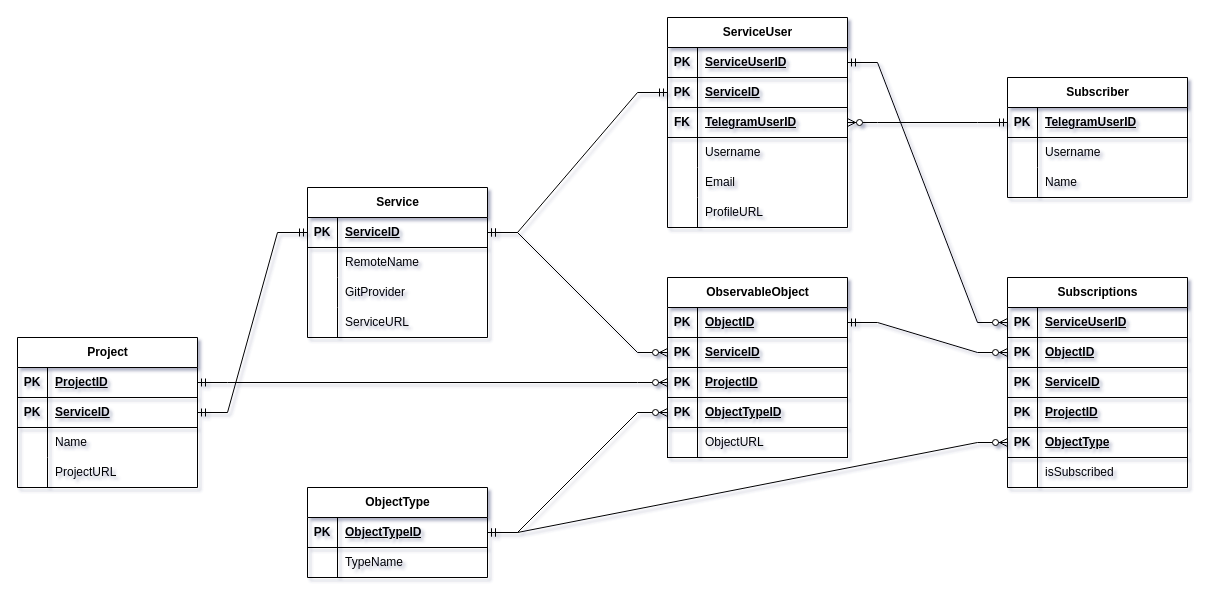
mosoveru/blamebot keeps this draw.io diagram as artifacts/ER-diagram.drawio. Above is the earlier version. Source tidied: cells renumbered, new cells numbered last; positions are measured from the earlier drawing's top-left corner, leaving out a move shared by most shapes. Both pictures are drawn from the tidied source at 100%, with x=0, y=0 at pixel (17, 17).
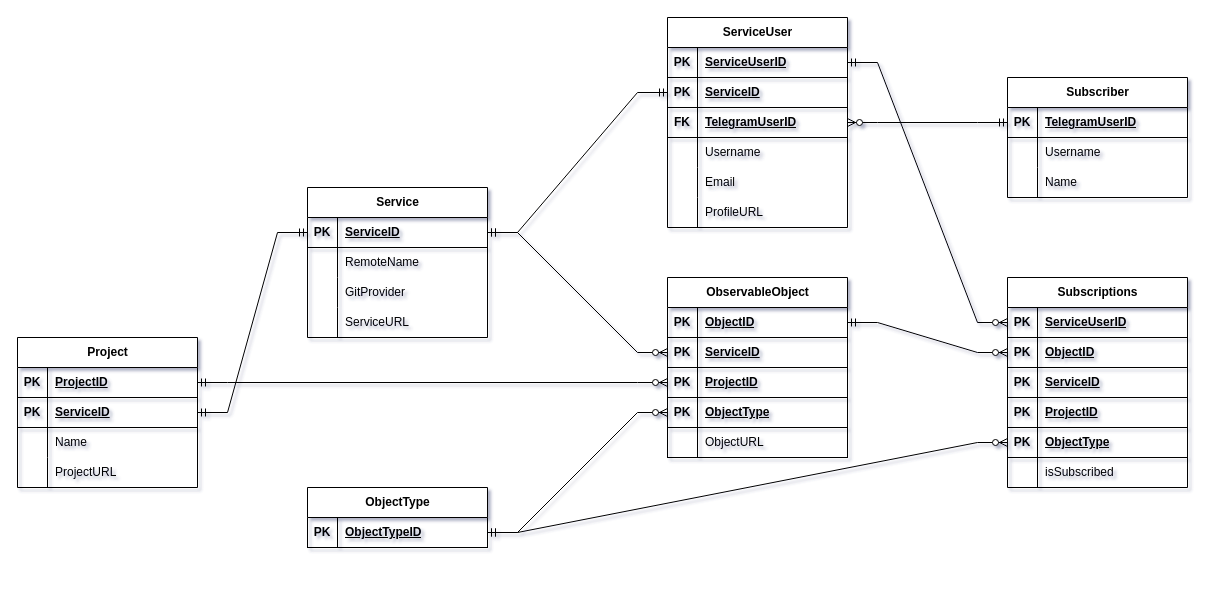
The same page after the edit.

Commit message (it also covers changes not shown here):
chore: update ER diagram and db migration

Unchanged cells that the change refers to:
```xml
<mxCell id="35" style="shape=tableRow;horizontal=0;startSize=0;swimlaneHead=0;swimlaneBody=0;fillColor=none;points=[[0,0.5],[1,0.5]];portConstraint=eastwest;top=0;left=0;right=0;bottom=1;" parent="25" vertex="1">
  <mxGeometry y="120" width="180" height="30" as="geometry" />
</mxCell>
```

The edit, as a diff of the source:
```diff
@@
-    <mxCell id="37" value="ObjectTypeID" style="shape=partialRectangle;fillColor=none;top=0;left=0;bottom=0;right=0;align=left;spacingLeft=6;fontStyle=5;overflow=hidden;whiteSpace=wrap;html=1;" parent="35" vertex="1">
+    <mxCell id="37" value="ObjectType" style="shape=partialRectangle;fillColor=none;top=0;left=0;bottom=0;right=0;align=left;spacingLeft=6;fontStyle=5;overflow=hidden;whiteSpace=wrap;html=1;" parent="35" vertex="1">
       <mxGeometry x="30" width="150" height="30" as="geometry" />
     </mxCell>
@@
     <mxCell id="99" value="ObjectType" style="shape=table;startSize=30;childLayout=tableLayout;rowLines=0;fontStyle=1;align=center;html=1;" parent="1" vertex="1">
-      <mxGeometry x="290" y="470" width="180" height="90" as="geometry" />
+      <mxGeometry x="290" y="470" width="180" height="60" as="geometry" />
     </mxCell>
@@
-    <mxCell id="103" style="shape=tableRow;horizontal=0;startSize=0;swimlaneHead=0;swimlaneBody=0;fillColor=none;top=0;left=0;right=0;bottom=0;" parent="99" vertex="1">
-      <mxGeometry y="60" width="180" height="30" as="geometry" />
-    </mxCell>
-    <mxCell id="104" style="shape=partialRectangle;fillColor=none;top=0;left=0;bottom=0;right=0;overflow=hidden;whiteSpace=wrap;html=1;" parent="103" vertex="1">
-      <mxGeometry width="30" height="30" as="geometry" />
-    </mxCell>
-    <mxCell id="105" value="TypeName" style="shape=partialRectangle;fillColor=none;top=0;left=0;bottom=0;right=0;align=left;spacingLeft=6;overflow=hidden;whiteSpace=wrap;html=1;" parent="103" vertex="1">
-      <mxGeometry x="30" width="150" height="30" as="geometry" />
-    </mxCell>
```
